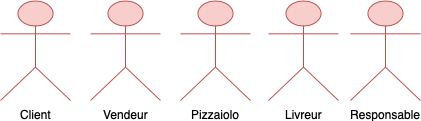
Above: PNG/Untitled Diagram_Context.drawio-2-3-5 00.36.11-Acteur_principal.png in AxlMi/OC_Project4 (draw.io), before the change. Source tidied: cells renumbered, new cells last; positions are measured from the earlier drawing's top-left corner, leaving out a move shared by most shapes. The source it was exported from:
```xml
<mxGraphModel>
  <root>
    <mxCell id="0" />
    <mxCell id="1" parent="0" />
    <mxCell id="2" value="Client" style="shape=umlActor;verticalLabelPosition=bottom;labelBackgroundColor=#ffffff;verticalAlign=top;html=1;strokeColor=#b85450;fillColor=#f8cecc;" parent="1" vertex="1">
      <mxGeometry width="70" height="100" as="geometry" />
    </mxCell>
    <mxCell id="3" value="Vendeur" style="shape=umlActor;verticalLabelPosition=bottom;labelBackgroundColor=#ffffff;verticalAlign=top;html=1;strokeColor=#b85450;fillColor=#f8cecc;" parent="1" vertex="1">
      <mxGeometry x="90" width="70" height="100" as="geometry" />
    </mxCell>
    <mxCell id="4" value="Pizzaiolo" style="shape=umlActor;verticalLabelPosition=bottom;labelBackgroundColor=#ffffff;verticalAlign=top;html=1;strokeColor=#b85450;fillColor=#f8cecc;" parent="1" vertex="1">
      <mxGeometry x="180" width="70" height="100" as="geometry" />
    </mxCell>
    <mxCell id="5" value="Livreur" style="shape=umlActor;verticalLabelPosition=bottom;labelBackgroundColor=#ffffff;verticalAlign=top;html=1;strokeColor=#b85450;fillColor=#f8cecc;" parent="1" vertex="1">
      <mxGeometry x="268" width="70" height="100" as="geometry" />
    </mxCell>
    <mxCell id="6" value="Responsable" style="shape=umlActor;verticalLabelPosition=bottom;labelBackgroundColor=#ffffff;verticalAlign=top;html=1;strokeColor=#b85450;fillColor=#f8cecc;" parent="1" vertex="1">
      <mxGeometry x="350" width="70" height="100" as="geometry" />
    </mxCell>
  </root>
</mxGraphModel>
```
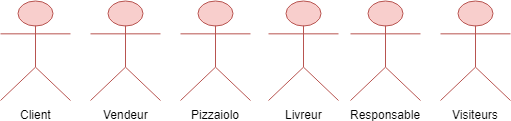
After the change.

Change to the diagram source:
```diff
@@ -17,5 +17,8 @@
     <mxCell id="6" value="Responsable" style="shape=umlActor;verticalLabelPosition=bottom;labelBackgroundColor=#ffffff;verticalAlign=top;html=1;strokeColor=#b85450;fillColor=#f8cecc;" parent="1" vertex="1">
       <mxGeometry x="350" width="70" height="100" as="geometry" />
     </mxCell>
+    <mxCell id="7" value="Visiteurs" style="shape=umlActor;verticalLabelPosition=bottom;labelBackgroundColor=#ffffff;verticalAlign=top;html=1;strokeColor=#b85450;fillColor=#f8cecc;" parent="1" vertex="1">
+      <mxGeometry x="440" width="70" height="100" as="geometry" />
+    </mxCell>
   </root>
 </mxGraphModel>
```
